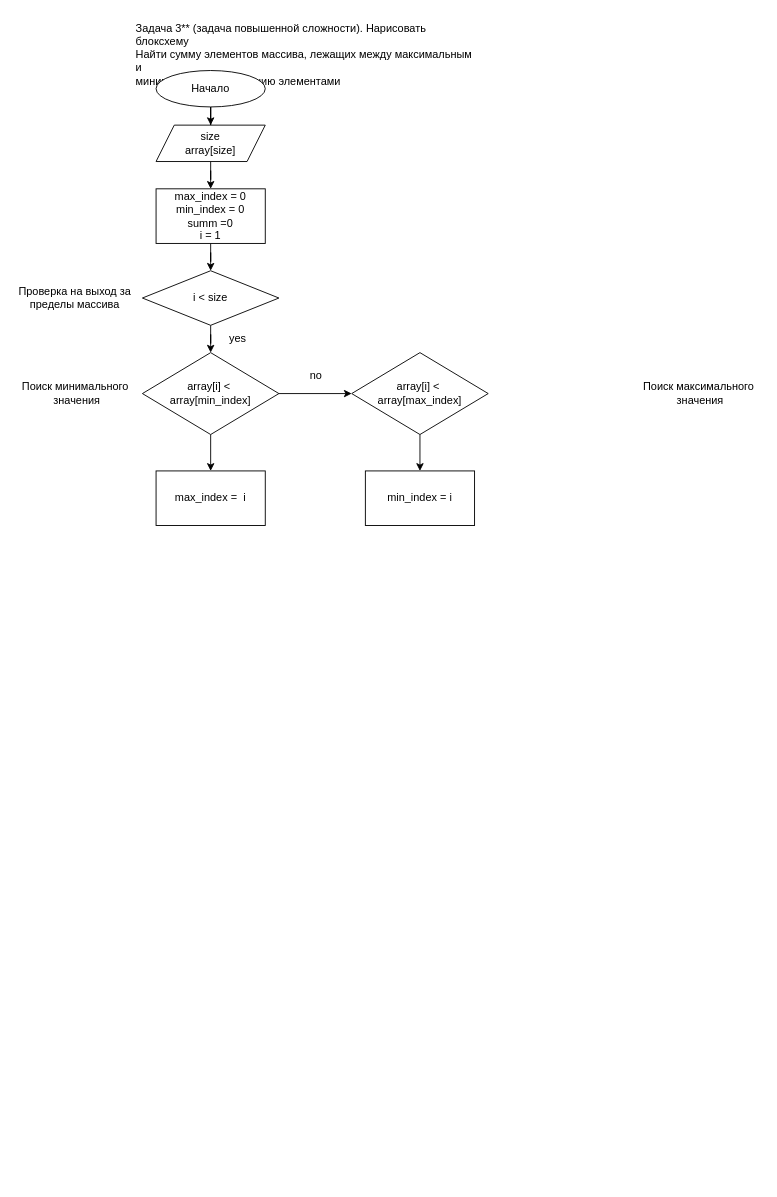
Pisarev82/diagrams keeps this draw.io diagram as homework020722.drawio. Above is the earlier version. Source tidied: cells renumbered, new cells numbered last; positions are measured from the earlier drawing's top-left corner, leaving out a move shared by most shapes. Both pictures are drawn from the tidied source at 91%, with x=0, y=0 at pixel (15, 15).
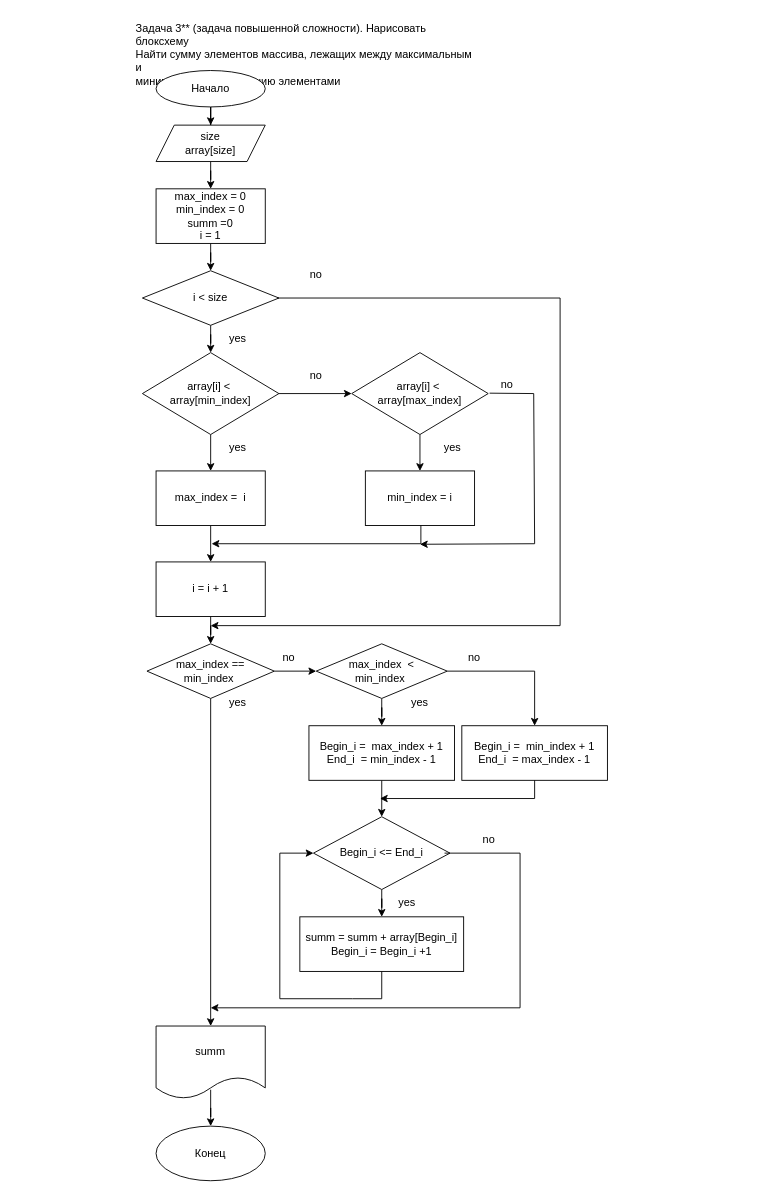
After the change.

The change refers to these unchanged cells:
```xml
<mxCell id="19" value="array[i] &amp;lt;&amp;nbsp;&lt;br&gt;array[max_index]" style="rhombus;whiteSpace=wrap;html=1;" parent="1" vertex="1">
  <mxGeometry x="369" y="370" width="150" height="90" as="geometry" />
</mxCell>
<mxCell id="20" value="max_index =&amp;nbsp; i" style="whiteSpace=wrap;html=1;" parent="1" vertex="1">
  <mxGeometry x="154" y="500" width="120" height="60" as="geometry" />
</mxCell>
```

The edit, as a diff of the source:
```diff
@@
-    <mxCell id="16" value="Проверка на выход за пределы массива" style="text;html=1;strokeColor=none;fillColor=none;align=center;verticalAlign=middle;whiteSpace=wrap;rounded=0;" parent="1" vertex="1">
-      <mxGeometry y="295" width="130" height="30" as="geometry" />
-    </mxCell>
-    <mxCell id="17" value="Поиск минимального&lt;br&gt;&amp;nbsp;значения" style="text;html=1;align=center;verticalAlign=middle;strokeColor=none;fillColor=none;" parent="1" vertex="1">
-      <mxGeometry y="395" width="130" height="40" as="geometry" />
-    </mxCell>
@@
+    <mxCell id="23" style="edgeStyle=orthogonalEdgeStyle;rounded=0;jettySize=auto;html=1;" parent="1" edge="1" source="20" target="25">
+      <mxGeometry relative="1" as="geometry" />
+    </mxCell>
@@
-    <mxCell id="21" value="Поиск максимального&lt;br&gt;&amp;nbsp;значения" style="text;html=1;align=center;verticalAlign=middle;strokeColor=none;fillColor=none;" parent="1" vertex="1">
-      <mxGeometry x="680" y="395" width="140" height="40" as="geometry" />
-    </mxCell>
@@
+    <mxCell id="24" style="edgeStyle=orthogonalEdgeStyle;rounded=0;jettySize=auto;html=1;" parent="1" edge="1" source="25" target="35">
+      <mxGeometry relative="1" as="geometry" />
+    </mxCell>
+    <mxCell id="25" value="i = i + 1" style="whiteSpace=wrap;html=1;" parent="1" vertex="1">
+      <mxGeometry x="154" y="600" width="120" height="60" as="geometry" />
+    </mxCell>
+    <mxCell id="26" style="endArrow=classic;html=1;rounded=0;" parent="1" edge="1">
+      <mxGeometry relative="1" as="geometry">
+        <mxPoint x="445" y="560" as="sourcePoint" />
+        <mxPoint x="215" y="580" as="targetPoint" />
+        <Array as="points">
+          <mxPoint x="445" y="580" />
+        </Array>
+      </mxGeometry>
+    </mxCell>
+    <mxCell id="27" style="endArrow=classic;html=1;rounded=0;exitX=1.01;exitY=0.495;exitDx=0;exitDy=0;exitPerimeter=0;" parent="1" edge="1" source="19">
+      <mxGeometry relative="1" as="geometry">
+        <mxPoint x="444" y="580.6" as="targetPoint" />
+        <Array as="points">
+          <mxPoint x="569" y="415" />
+          <mxPoint x="570" y="580" />
+        </Array>
+      </mxGeometry>
+    </mxCell>
+    <mxCell id="28" value="yes" style="text;html=1;strokeColor=none;fillColor=none;align=center;verticalAlign=middle;whiteSpace=wrap;rounded=0;" parent="1" vertex="1">
+      <mxGeometry x="214" y="460" width="60" height="30" as="geometry" />
+    </mxCell>
+    <mxCell id="29" value="no" style="text;html=1;strokeColor=none;fillColor=none;align=center;verticalAlign=middle;whiteSpace=wrap;rounded=0;" parent="1" vertex="1">
+      <mxGeometry x="510" y="390" width="60" height="30" as="geometry" />
+    </mxCell>
+    <mxCell id="30" value="yes" style="text;html=1;strokeColor=none;fillColor=none;align=center;verticalAlign=middle;whiteSpace=wrap;rounded=0;" parent="1" vertex="1">
+      <mxGeometry x="450" y="460" width="60" height="30" as="geometry" />
+    </mxCell>
+    <mxCell id="31" style="endArrow=classic;html=1;rounded=0;" parent="1" edge="1">
+      <mxGeometry relative="1" as="geometry">
+        <mxPoint x="287" y="310" as="sourcePoint" />
+        <mxPoint x="214" y="670" as="targetPoint" />
+        <Array as="points">
+          <mxPoint x="598" y="310" />
+          <mxPoint x="598" y="670" />
+        </Array>
+      </mxGeometry>
+    </mxCell>
+    <mxCell id="32" value="no" style="text;html=1;strokeColor=none;fillColor=none;align=center;verticalAlign=middle;whiteSpace=wrap;rounded=0;" parent="1" vertex="1">
+      <mxGeometry x="300" y="270" width="60" height="30" as="geometry" />
+    </mxCell>
+    <mxCell id="33" style="edgeStyle=orthogonalEdgeStyle;rounded=0;jettySize=auto;html=1;entryX=0.5;entryY=0;entryDx=0;entryDy=0;" parent="1" edge="1" source="35" target="40">
+      <mxGeometry relative="1" as="geometry" />
+    </mxCell>
+    <mxCell id="34" style="edgeStyle=orthogonalEdgeStyle;rounded=0;jettySize=auto;html=1;" parent="1" edge="1" source="35" target="38">
+      <mxGeometry relative="1" as="geometry" />
+    </mxCell>
+    <mxCell id="35" value="max_index ==&lt;br&gt;min_index&amp;nbsp;" style="rhombus;whiteSpace=wrap;html=1;" parent="1" vertex="1">
+      <mxGeometry x="144" y="690" width="140" height="60" as="geometry" />
+    </mxCell>
+    <mxCell id="36" style="edgeStyle=orthogonalEdgeStyle;rounded=0;jettySize=auto;html=1;" parent="1" edge="1" source="38" target="42">
+      <mxGeometry relative="1" as="geometry" />
+    </mxCell>
+    <mxCell id="37" style="edgeStyle=orthogonalEdgeStyle;rounded=0;jettySize=auto;html=1;" parent="1" edge="1" source="38" target="43">
+      <mxGeometry relative="1" as="geometry" />
+    </mxCell>
+    <mxCell id="38" value="max_index&amp;nbsp; &amp;lt;&lt;br&gt;min_index&amp;nbsp;" style="rhombus;whiteSpace=wrap;html=1;" parent="1" vertex="1">
+      <mxGeometry x="330" y="690" width="144" height="60" as="geometry" />
+    </mxCell>
+    <mxCell id="39" style="edgeStyle=orthogonalEdgeStyle;rounded=0;jettySize=auto;html=1;exitX=0.5;exitY=0.875;exitDx=0;exitDy=0;exitPerimeter=0;" parent="1" edge="1" source="40" target="53">
+      <mxGeometry relative="1" as="geometry" />
+    </mxCell>
+    <mxCell id="40" value="summ" style="shape=document;whiteSpace=wrap;html=1;boundedLbl=1;" parent="1" vertex="1">
+      <mxGeometry x="154" y="1110" width="120" height="80" as="geometry" />
+    </mxCell>
+    <mxCell id="41" style="edgeStyle=orthogonalEdgeStyle;rounded=0;jettySize=auto;html=1;" parent="1" edge="1" source="42" target="49">
+      <mxGeometry relative="1" as="geometry" />
+    </mxCell>
+    <mxCell id="42" value="Begin_i =&amp;nbsp; max_index + 1&lt;br&gt;End_i&amp;nbsp; = min_index - 1" style="whiteSpace=wrap;html=1;" parent="1" vertex="1">
+      <mxGeometry x="322" y="780" width="160" height="60" as="geometry" />
+    </mxCell>
+    <mxCell id="43" value="Begin_i =&amp;nbsp; min_index + 1&lt;br&gt;End_i&amp;nbsp; = max_index - 1" style="whiteSpace=wrap;html=1;" parent="1" vertex="1">
+      <mxGeometry x="490" y="780" width="160" height="60" as="geometry" />
+    </mxCell>
+    <mxCell id="44" value="yes" style="text;html=1;strokeColor=none;fillColor=none;align=center;verticalAlign=middle;whiteSpace=wrap;rounded=0;" parent="1" vertex="1">
+      <mxGeometry x="214" y="740" width="60" height="30" as="geometry" />
+    </mxCell>
+    <mxCell id="45" value="yes" style="text;html=1;strokeColor=none;fillColor=none;align=center;verticalAlign=middle;whiteSpace=wrap;rounded=0;" parent="1" vertex="1">
+      <mxGeometry x="414" y="740" width="60" height="30" as="geometry" />
+    </mxCell>
+    <mxCell id="46" value="no" style="text;html=1;strokeColor=none;fillColor=none;align=center;verticalAlign=middle;whiteSpace=wrap;rounded=0;" parent="1" vertex="1">
+      <mxGeometry x="270" y="690" width="60" height="30" as="geometry" />
+    </mxCell>
+    <mxCell id="47" value="no" style="text;html=1;strokeColor=none;fillColor=none;align=center;verticalAlign=middle;whiteSpace=wrap;rounded=0;" parent="1" vertex="1">
+      <mxGeometry x="474" y="690" width="60" height="30" as="geometry" />
+    </mxCell>
+    <mxCell id="48" style="edgeStyle=orthogonalEdgeStyle;rounded=0;jettySize=auto;html=1;" parent="1" edge="1" source="49" target="50">
+      <mxGeometry relative="1" as="geometry" />
+    </mxCell>
+    <mxCell id="49" value="Begin_i &amp;lt;= End_i" style="rhombus;whiteSpace=wrap;html=1;" parent="1" vertex="1">
+      <mxGeometry x="327" y="880" width="150" height="80" as="geometry" />
+    </mxCell>
+    <mxCell id="50" value="summ = summ + array[Begin_i]&lt;br&gt;Begin_i = Begin_i +1" style="whiteSpace=wrap;html=1;" parent="1" vertex="1">
+      <mxGeometry x="312" y="990" width="180" height="60" as="geometry" />
+    </mxCell>
+    <mxCell id="51" style="endArrow=classic;html=1;rounded=0;exitX=0.5;exitY=1;exitDx=0;exitDy=0;" parent="1" edge="1" source="43">
+      <mxGeometry relative="1" as="geometry">
+        <mxPoint x="400" y="860" as="targetPoint" />
+        <Array as="points">
+          <mxPoint x="570" y="860" />
+        </Array>
+      </mxGeometry>
+    </mxCell>
+    <mxCell id="52" style="endArrow=classic;html=1;rounded=0;exitX=0.5;exitY=1;exitDx=0;exitDy=0;entryX=0;entryY=0.5;entryDx=0;entryDy=0;" parent="1" edge="1" source="50" target="49">
+      <mxGeometry relative="1" as="geometry">
+        <Array as="points">
+          <mxPoint x="402" y="1080" />
+          <mxPoint x="370" y="1080" />
+          <mxPoint x="290" y="1080" />
+          <mxPoint x="290" y="920" />
+        </Array>
+      </mxGeometry>
+    </mxCell>
+    <mxCell id="53" value="Конец" style="ellipse;whiteSpace=wrap;html=1;" parent="1" vertex="1">
+      <mxGeometry x="154" y="1220" width="120" height="60" as="geometry" />
+    </mxCell>
+    <mxCell id="54" style="endArrow=classic;html=1;rounded=0;" parent="1" edge="1">
+      <mxGeometry relative="1" as="geometry">
+        <mxPoint x="471" y="920" as="sourcePoint" />
+        <mxPoint x="214" y="1090" as="targetPoint" />
+        <Array as="points">
+          <mxPoint x="554" y="920" />
+          <mxPoint x="554" y="1090" />
+        </Array>
+      </mxGeometry>
+    </mxCell>
+    <mxCell id="55" value="no" style="text;html=1;strokeColor=none;fillColor=none;align=center;verticalAlign=middle;whiteSpace=wrap;rounded=0;" parent="1" vertex="1">
+      <mxGeometry x="490" y="890" width="60" height="30" as="geometry" />
+    </mxCell>
+    <mxCell id="56" value="yes" style="text;html=1;strokeColor=none;fillColor=none;align=center;verticalAlign=middle;whiteSpace=wrap;rounded=0;" parent="1" vertex="1">
+      <mxGeometry x="400" y="960" width="60" height="30" as="geometry" />
+    </mxCell>
```
